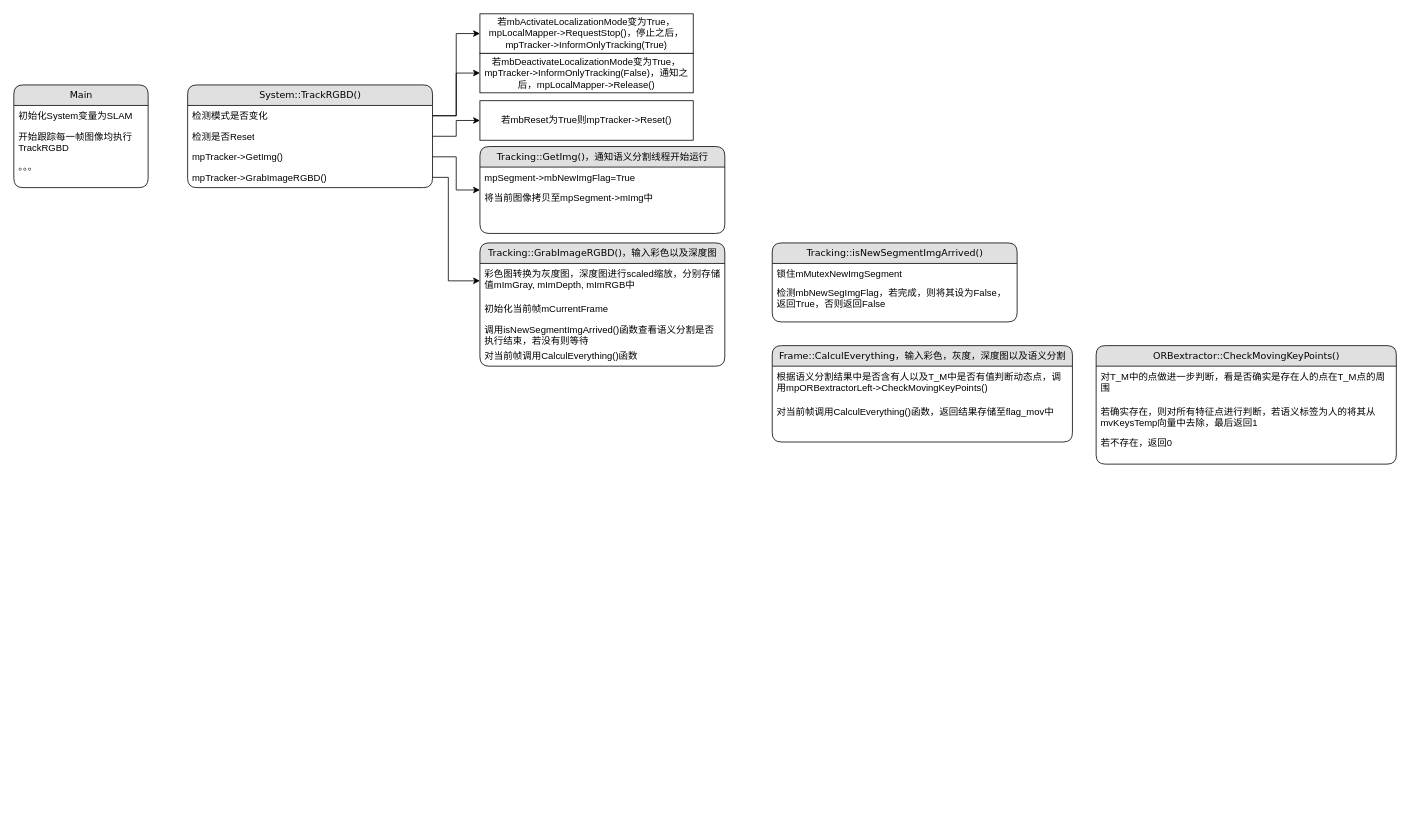
Earlier version of the draw.io diagram page "Main" (2 of 11) of Untitled Diagram.drawio (gtx818/visual-SLAM). Source tidied: cells renumbered, new cells numbered last; positions are measured from the earlier drawing's top-left corner, leaving out a move shared by most shapes. Both pictures are drawn from the tidied source at 79%, with x=0, y=0 at pixel (13, 13).
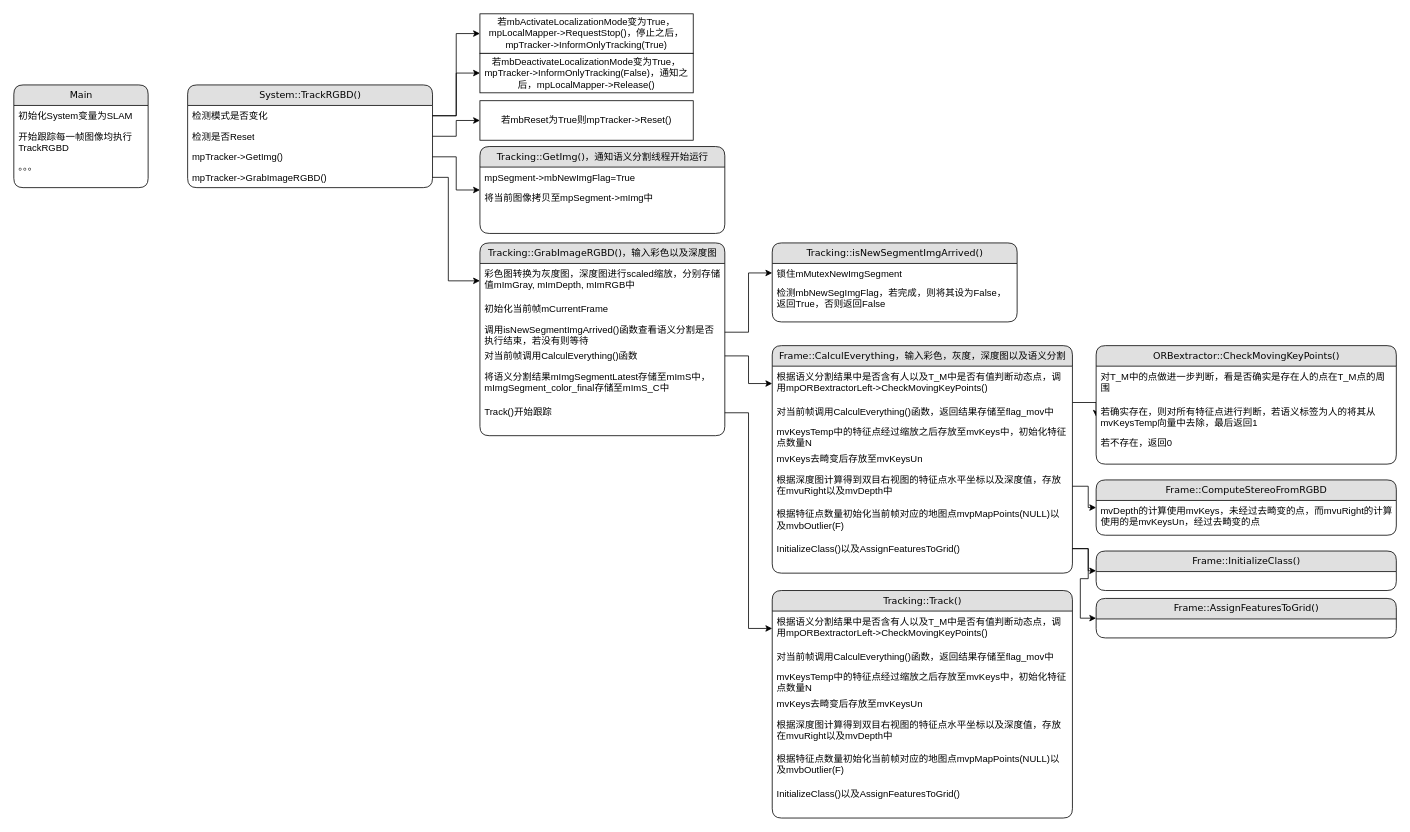
After the change.

The change refers to these unchanged cells:
```xml
<mxCell id="24" value="调用isNewSegmentImgArrived()函数查看语义分割是否执行结束，若没有则等待" style="text;html=1;strokeColor=none;fillColor=none;spacingLeft=4;spacingRight=4;whiteSpace=wrap;overflow=hidden;points=[[0,0.5],[1,0.5]];portConstraint=eastwest;" parent="21" vertex="1">
  <mxGeometry y="96" width="310" height="34" as="geometry" />
</mxCell>
<mxCell id="25" value="对当前帧调用CalculEverything()函数" style="text;html=1;strokeColor=none;fillColor=none;spacingLeft=4;spacingRight=4;whiteSpace=wrap;overflow=hidden;points=[[0,0.5],[1,0.5]];portConstraint=eastwest;" parent="21" vertex="1">
  <mxGeometry y="130" width="310" height="26" as="geometry" />
</mxCell>
<mxCell id="28" value="根据语义分割结果中是否含有人以及T_M中是否有值判断动态点，调用mpORBextractorLeft-&amp;gt;CheckMovingKeyPoints()" style="text;html=1;strokeColor=none;fillColor=none;spacingLeft=4;spacingRight=4;whiteSpace=wrap;overflow=hidden;points=[[0,0.5],[1,0.5]];portConstraint=eastwest;" parent="27" vertex="1">
  <mxGeometry y="26" width="380" height="44" as="geometry" />
</mxCell>
<mxCell id="31" value="锁住mMutexNewImgSegment" style="text;html=1;strokeColor=none;fillColor=none;spacingLeft=4;spacingRight=4;whiteSpace=wrap;overflow=hidden;points=[[0,0.5],[1,0.5]];portConstraint=eastwest;" parent="30" vertex="1">
  <mxGeometry y="26" width="310" height="24" as="geometry" />
</mxCell>
<mxCell id="35" value="若确实存在，则对所有特征点进行判断，若语义标签为人的将其从mvKeysTemp向量中去除，最后返回1" style="text;html=1;strokeColor=none;fillColor=none;spacingLeft=4;spacingRight=4;whiteSpace=wrap;overflow=hidden;points=[[0,0.5],[1,0.5]];portConstraint=eastwest;" parent="33" vertex="1">
  <mxGeometry y="70" width="380" height="40" as="geometry" />
</mxCell>
```

Change to the diagram source:
```diff
@@
     <mxCell id="21" value="Tracking::GrabImageRGBD()，输入彩色以及深度图" style="swimlane;html=1;fontStyle=0;horizontal=1;startSize=26;fillColor=#e0e0e0;swimlaneFillColor=#ffffff;align=center;rounded=1;shadow=0;comic=0;labelBackgroundColor=none;strokeWidth=1;fontFamily=Verdana;fontSize=12;" parent="1" vertex="1">
-      <mxGeometry x="590" y="290" width="310" height="156" as="geometry" />
+      <mxGeometry x="590" y="290" width="310" height="244" as="geometry" />
     </mxCell>
@@
+    <mxCell id="37" value="将语义分割结果mImgSegmentLatest存储至mImS中，mImgSegment_color_final存储至mImS_C中" style="text;html=1;strokeColor=none;fillColor=none;spacingLeft=4;spacingRight=4;whiteSpace=wrap;overflow=hidden;" parent="21" vertex="1">
+      <mxGeometry y="156" width="310" height="44" as="geometry" />
+    </mxCell>
+    <mxCell id="38" value="Track()开始跟踪" style="text;html=1;strokeColor=none;fillColor=none;spacingLeft=4;spacingRight=4;whiteSpace=wrap;overflow=hidden;points=[[0,0.5],[1,0.5]];portConstraint=eastwest;" parent="21" vertex="1">
+      <mxGeometry y="200" width="310" height="30" as="geometry" />
+    </mxCell>
@@
+    <mxCell id="39" style="edgeStyle=orthogonalEdgeStyle;rounded=0;jettySize=auto;html=1;exitX=1;exitY=0.25;exitDx=0;exitDy=0;entryX=0;entryY=0.5;entryDx=0;entryDy=0;fontColor=#000000;" parent="1" edge="1" source="27" target="35">
+      <mxGeometry relative="1" as="geometry" />
+    </mxCell>
     <mxCell id="27" value="Frame::CalculEverything，输入彩色，灰度，深度图以及语义分割" style="swimlane;html=1;fontStyle=0;horizontal=1;startSize=26;fillColor=#e0e0e0;swimlaneFillColor=#ffffff;align=center;rounded=1;shadow=0;comic=0;labelBackgroundColor=none;strokeWidth=1;fontFamily=Verdana;fontSize=12;" parent="1" vertex="1">
-      <mxGeometry x="960" y="420" width="380" height="122" as="geometry" />
+      <mxGeometry x="960" y="420" width="380" height="288" as="geometry" />
     </mxCell>
@@
+    <mxCell id="40" value="mvKeysTemp中的特征点经过缩放之后存放至mvKeys中，初始化特征点数量N" style="text;html=1;strokeColor=none;fillColor=none;spacingLeft=4;spacingRight=4;whiteSpace=wrap;overflow=hidden;" parent="27" vertex="1">
+      <mxGeometry y="96" width="380" height="34" as="geometry" />
+    </mxCell>
+    <mxCell id="41" value="mvKeys去畸变后存放至mvKeysUn" style="text;html=1;strokeColor=none;fillColor=none;spacingLeft=4;spacingRight=4;whiteSpace=wrap;overflow=hidden;" parent="27" vertex="1">
+      <mxGeometry y="130" width="380" height="26" as="geometry" />
+    </mxCell>
+    <mxCell id="42" value="根据深度图计算得到双目右视图的特征点水平坐标以及深度值，存放在mvuRight以及mvDepth中" style="text;html=1;strokeColor=none;fillColor=none;spacingLeft=4;spacingRight=4;whiteSpace=wrap;overflow=hidden;points=[[0,0.5],[1,0.5]];portConstraint=eastwest;" parent="27" vertex="1">
+      <mxGeometry y="156" width="380" height="44" as="geometry" />
+    </mxCell>
+    <mxCell id="43" value="根据特征点数量初始化当前帧对应的地图点mvpMapPoints(NULL)以及mvbOutlier(F)" style="text;html=1;strokeColor=none;fillColor=none;spacingLeft=4;spacingRight=4;whiteSpace=wrap;overflow=hidden;" parent="27" vertex="1">
+      <mxGeometry y="200" width="380" height="44" as="geometry" />
+    </mxCell>
+    <mxCell id="44" value="InitializeClass()以及AssignFeaturesToGrid()" style="text;html=1;strokeColor=none;fillColor=none;spacingLeft=4;spacingRight=4;whiteSpace=wrap;overflow=hidden;points=[[0,0.5],[1,0.5]];portConstraint=eastwest;" parent="27" vertex="1">
+      <mxGeometry y="244" width="380" height="26" as="geometry" />
+    </mxCell>
@@
+    <mxCell id="45" value="Frame::ComputeStereoFromRGBD" style="swimlane;html=1;fontStyle=0;horizontal=1;startSize=26;fillColor=#e0e0e0;swimlaneFillColor=#ffffff;align=center;rounded=1;shadow=0;comic=0;labelBackgroundColor=none;strokeWidth=1;fontFamily=Verdana;fontSize=12;" parent="1" vertex="1">
+      <mxGeometry x="1370" y="590" width="380" height="70" as="geometry" />
+    </mxCell>
+    <mxCell id="46" value="mvDepth的计算使用mvKeys，未经过去畸变的点，而mvuRight的计算使用的是mvKeysUn，经过去畸变的点" style="text;html=1;strokeColor=none;fillColor=none;spacingLeft=4;spacingRight=4;whiteSpace=wrap;overflow=hidden;" parent="45" vertex="1">
+      <mxGeometry y="26" width="380" height="40" as="geometry" />
+    </mxCell>
+    <mxCell id="47" style="edgeStyle=orthogonalEdgeStyle;rounded=0;jettySize=auto;html=1;exitX=1;exitY=0.5;exitDx=0;exitDy=0;entryX=0;entryY=0.5;entryDx=0;entryDy=0;fontColor=#000000;" parent="1" edge="1" source="42" target="45">
+      <mxGeometry relative="1" as="geometry" />
+    </mxCell>
+    <mxCell id="48" style="edgeStyle=orthogonalEdgeStyle;rounded=0;jettySize=auto;html=1;exitX=1;exitY=0.5;exitDx=0;exitDy=0;entryX=0;entryY=0.5;entryDx=0;entryDy=0;fontColor=#000000;" parent="1" edge="1" source="25" target="28">
+      <mxGeometry relative="1" as="geometry" />
+    </mxCell>
+    <mxCell id="49" style="edgeStyle=orthogonalEdgeStyle;rounded=0;jettySize=auto;html=1;exitX=1;exitY=0.5;exitDx=0;exitDy=0;entryX=0;entryY=0.5;entryDx=0;entryDy=0;fontColor=#000000;" parent="1" edge="1" source="24" target="31">
+      <mxGeometry relative="1" as="geometry" />
+    </mxCell>
+    <mxCell id="50" value="Frame::InitializeClass()" style="swimlane;html=1;fontStyle=0;horizontal=1;startSize=26;fillColor=#e0e0e0;swimlaneFillColor=#ffffff;align=center;rounded=1;shadow=0;comic=0;labelBackgroundColor=none;strokeWidth=1;fontFamily=Verdana;fontSize=12;" parent="1" vertex="1">
+      <mxGeometry x="1370" y="680" width="380" height="50" as="geometry" />
+    </mxCell>
+    <mxCell id="51" value="Frame::AssignFeaturesToGrid()" style="swimlane;html=1;fontStyle=0;horizontal=1;startSize=26;fillColor=#e0e0e0;swimlaneFillColor=#ffffff;align=center;rounded=1;shadow=0;comic=0;labelBackgroundColor=none;strokeWidth=1;fontFamily=Verdana;fontSize=12;" parent="1" vertex="1">
+      <mxGeometry x="1370" y="740" width="380" height="50" as="geometry" />
+    </mxCell>
+    <mxCell id="52" style="edgeStyle=orthogonalEdgeStyle;rounded=0;jettySize=auto;html=1;exitX=1;exitY=0.5;exitDx=0;exitDy=0;entryX=0;entryY=0.5;entryDx=0;entryDy=0;fontColor=#000000;" parent="1" edge="1" source="44" target="50">
+      <mxGeometry relative="1" as="geometry" />
+    </mxCell>
+    <mxCell id="53" style="edgeStyle=orthogonalEdgeStyle;rounded=0;jettySize=auto;html=1;exitX=1;exitY=0.5;exitDx=0;exitDy=0;entryX=0;entryY=0.5;entryDx=0;entryDy=0;fontColor=#000000;" parent="1" edge="1" source="44" target="51">
+      <mxGeometry relative="1" as="geometry" />
+    </mxCell>
+    <mxCell id="54" value="Tracking::Track()" style="swimlane;html=1;fontStyle=0;horizontal=1;startSize=26;fillColor=#e0e0e0;swimlaneFillColor=#ffffff;align=center;rounded=1;shadow=0;comic=0;labelBackgroundColor=none;strokeWidth=1;fontFamily=Verdana;fontSize=12;" parent="1" vertex="1">
+      <mxGeometry x="960" y="730" width="380" height="288" as="geometry" />
+    </mxCell>
+    <mxCell id="55" value="根据语义分割结果中是否含有人以及T_M中是否有值判断动态点，调用mpORBextractorLeft-&amp;gt;CheckMovingKeyPoints()" style="text;html=1;strokeColor=none;fillColor=none;spacingLeft=4;spacingRight=4;whiteSpace=wrap;overflow=hidden;points=[[0,0.5],[1,0.5]];portConstraint=eastwest;" parent="54" vertex="1">
+      <mxGeometry y="26" width="380" height="44" as="geometry" />
+    </mxCell>
+    <mxCell id="56" value="对当前帧调用CalculEverything()函数，返回结果存储至flag_mov中" style="text;html=1;strokeColor=none;fillColor=none;spacingLeft=4;spacingRight=4;whiteSpace=wrap;overflow=hidden;" parent="54" vertex="1">
+      <mxGeometry y="70" width="380" height="26" as="geometry" />
+    </mxCell>
+    <mxCell id="57" value="mvKeysTemp中的特征点经过缩放之后存放至mvKeys中，初始化特征点数量N" style="text;html=1;strokeColor=none;fillColor=none;spacingLeft=4;spacingRight=4;whiteSpace=wrap;overflow=hidden;" parent="54" vertex="1">
+      <mxGeometry y="96" width="380" height="34" as="geometry" />
+    </mxCell>
+    <mxCell id="58" value="mvKeys去畸变后存放至mvKeysUn" style="text;html=1;strokeColor=none;fillColor=none;spacingLeft=4;spacingRight=4;whiteSpace=wrap;overflow=hidden;" parent="54" vertex="1">
+      <mxGeometry y="130" width="380" height="26" as="geometry" />
+    </mxCell>
+    <mxCell id="59" value="根据深度图计算得到双目右视图的特征点水平坐标以及深度值，存放在mvuRight以及mvDepth中" style="text;html=1;strokeColor=none;fillColor=none;spacingLeft=4;spacingRight=4;whiteSpace=wrap;overflow=hidden;" parent="54" vertex="1">
+      <mxGeometry y="156" width="380" height="44" as="geometry" />
+    </mxCell>
+    <mxCell id="60" value="根据特征点数量初始化当前帧对应的地图点mvpMapPoints(NULL)以及mvbOutlier(F)" style="text;html=1;strokeColor=none;fillColor=none;spacingLeft=4;spacingRight=4;whiteSpace=wrap;overflow=hidden;" parent="54" vertex="1">
+      <mxGeometry y="200" width="380" height="44" as="geometry" />
+    </mxCell>
+    <mxCell id="61" value="InitializeClass()以及AssignFeaturesToGrid()" style="text;html=1;strokeColor=none;fillColor=none;spacingLeft=4;spacingRight=4;whiteSpace=wrap;overflow=hidden;" parent="54" vertex="1">
+      <mxGeometry y="244" width="380" height="26" as="geometry" />
+    </mxCell>
+    <mxCell id="62" style="edgeStyle=orthogonalEdgeStyle;rounded=0;jettySize=auto;html=1;exitX=1;exitY=0.5;exitDx=0;exitDy=0;entryX=0;entryY=0.5;entryDx=0;entryDy=0;fontColor=#000000;" parent="1" edge="1" source="38" target="55">
+      <mxGeometry relative="1" as="geometry" />
+    </mxCell>
```
